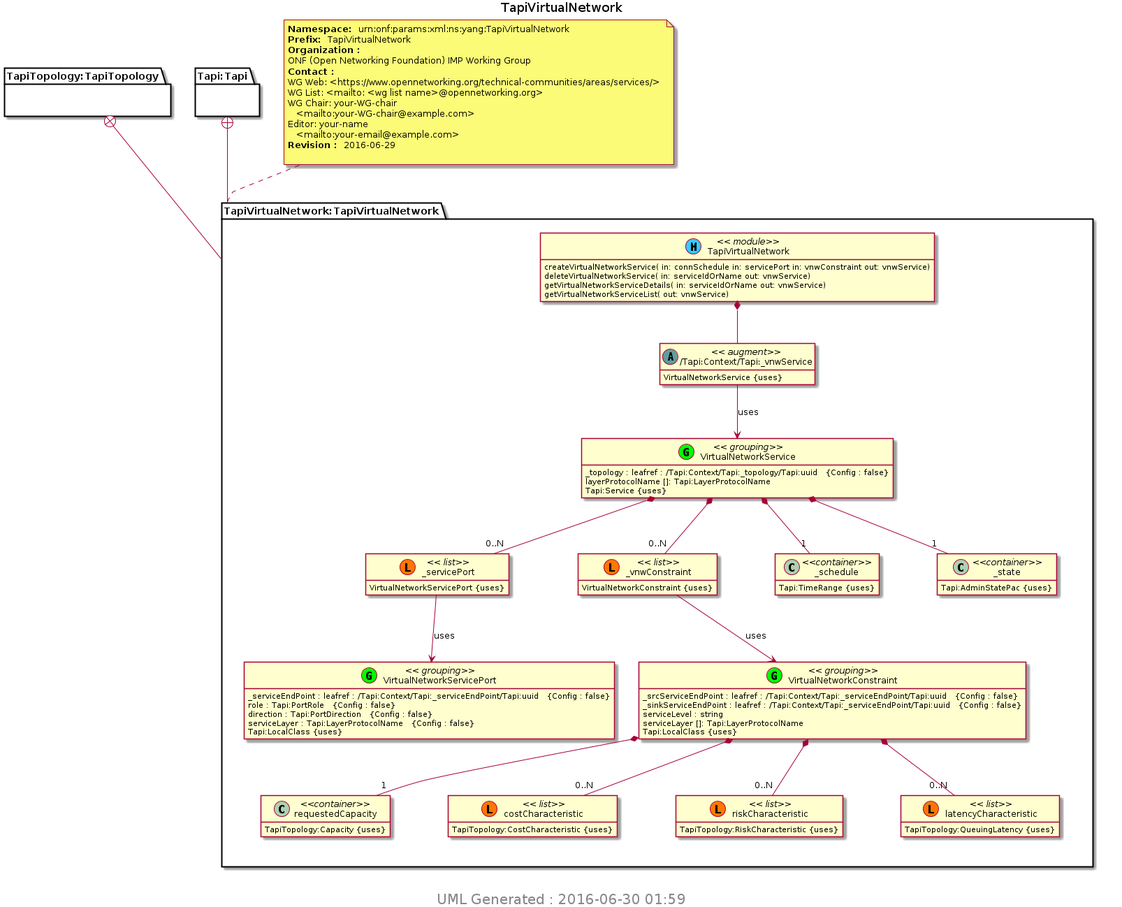
Earlier version of the PlantUML export YANG/pyang_uml/TapiVirtualNetwork.png (Open-Network-Models-and-Interfaces-ONMI/TAPI).
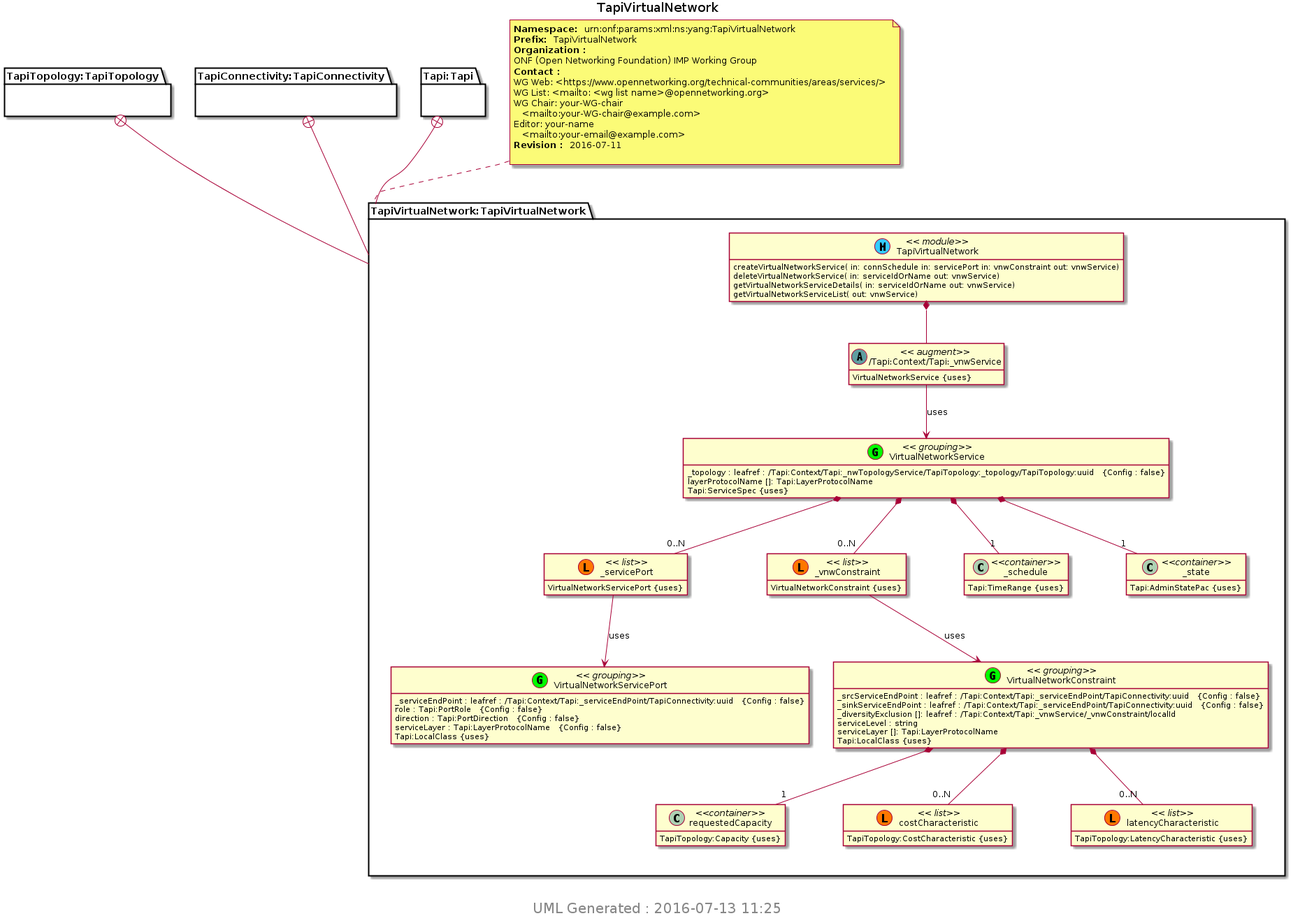
The same file after the commit.

Diff of the diagram source:
```diff
@@ -10,19 +10,23 @@
 Title TapiVirtualNetwork
 package "TapiTopology:TapiTopology" as TapiTopology_TapiTopology {
 }
+package "TapiConnectivity:TapiConnectivity" as TapiConnectivity_TapiConnectivity {
+}
 package "Tapi:Tapi" as Tapi_Tapi {
 }
-note top of TapiVirtualNetwork_TapiVirtualNetwork : <b>Namespace: </b> urn:onf:params:xml:ns:yang:TapiVirtualNetwork \n<b>Prefix: </b> TapiVirtualNetwork \n<b>Organization : </b>\nONF (Open Networking Foundation) IMP Working Group \n<b>Contact : </b>\nWG Web: <https://www.opennetworking.org/technical-communities/areas/services/> \nWG List: <mailto: <wg list name>@opennetworking.org> \nWG Chair: your-WG-chair \n   <mailto:your-WG-chair@example.com> \nEditor: your-name \n   <mailto:your-email@example.com> \n<b>Revision : </b> 2016-06-29 \n
+note top of TapiVirtualNetwork_TapiVirtualNetwork : <b>Namespace: </b> urn:onf:params:xml:ns:yang:TapiVirtualNetwork \n<b>Prefix: </b> TapiVirtualNetwork \n<b>Organization : </b>\nONF (Open Networking Foundation) IMP Working Group \n<b>Contact : </b>\nWG Web: <https://www.opennetworking.org/technical-communities/areas/services/> \nWG List: <mailto: <wg list name>@opennetworking.org> \nWG Chair: your-WG-chair \n   <mailto:your-WG-chair@example.com> \nEditor: your-name \n   <mailto:your-email@example.com> \n<b>Revision : </b> 2016-07-11 \n
 package "TapiVirtualNetwork:TapiVirtualNetwork" as TapiVirtualNetwork_TapiVirtualNetwork {
 TapiTopology_TapiTopology +-- TapiVirtualNetwork_TapiVirtualNetwork
+TapiConnectivity_TapiConnectivity +-- TapiVirtualNetwork_TapiVirtualNetwork
 Tapi_Tapi +-- TapiVirtualNetwork_TapiVirtualNetwork
 class "TapiVirtualNetwork" as TapiVirtualNetwork << (M, #33CCFF) module>>
 class "/Tapi:Context/Tapi:_vnwService" as Tapi_Context_Tapi__vnwService << (A,CadetBlue) augment>>
 TapiVirtualNetwork *--  Tapi_Context_Tapi__vnwService
 Tapi_Context_Tapi__vnwService : VirtualNetworkService {uses}
 class "VirtualNetworkConstraint" as TapiVirtualNetwork_I_VirtualNetworkConstraint_grouping <<(G,Lime) grouping>>
-TapiVirtualNetwork_I_VirtualNetworkConstraint_grouping : _srcServiceEndPoint : leafref : /Tapi:Context/Tapi:_serviceEndPoint/Tapi:uuid   {Config : false}
-TapiVirtualNetwork_I_VirtualNetworkConstraint_grouping : _sinkServiceEndPoint : leafref : /Tapi:Context/Tapi:_serviceEndPoint/Tapi:uuid   {Config : false}
+TapiVirtualNetwork_I_VirtualNetworkConstraint_grouping : _srcServiceEndPoint : leafref : /Tapi:Context/Tapi:_serviceEndPoint/TapiConnectivity:uuid   {Config : false}
+TapiVirtualNetwork_I_VirtualNetworkConstraint_grouping : _sinkServiceEndPoint : leafref : /Tapi:Context/Tapi:_serviceEndPoint/TapiConnectivity:uuid   {Config : false}
+TapiVirtualNetwork_I_VirtualNetworkConstraint_grouping : _diversityExclusion []: leafref : /Tapi:Context/Tapi:_vnwService/_vnwConstraint/localId
 class "requestedCapacity" as  TapiVirtualNetwork_I_VirtualNetworkConstraint_I_requestedCapacity <<container>>
 TapiVirtualNetwork_I_VirtualNetworkConstraint_grouping *-- "1" TapiVirtualNetwork_I_VirtualNetworkConstraint_I_requestedCapacity
 TapiVirtualNetwork_I_VirtualNetworkConstraint_I_requestedCapacity : TapiTopology:Capacity {uses}
@@ -31,15 +35,12 @@
 class "costCharacteristic" as TapiVirtualNetwork_I_VirtualNetworkConstraint_I_costCharacteristic << (L, #FF7700) list>>
 TapiVirtualNetwork_I_VirtualNetworkConstraint_grouping *-- "0..N" TapiVirtualNetwork_I_VirtualNetworkConstraint_I_costCharacteristic
 TapiVirtualNetwork_I_VirtualNetworkConstraint_I_costCharacteristic : TapiTopology:CostCharacteristic {uses}
-class "riskCharacteristic" as TapiVirtualNetwork_I_VirtualNetworkConstraint_I_riskCharacteristic << (L, #FF7700) list>>
-TapiVirtualNetwork_I_VirtualNetworkConstraint_grouping *-- "0..N" TapiVirtualNetwork_I_VirtualNetworkConstraint_I_riskCharacteristic
-TapiVirtualNetwork_I_VirtualNetworkConstraint_I_riskCharacteristic : TapiTopology:RiskCharacteristic {uses}
 class "latencyCharacteristic" as TapiVirtualNetwork_I_VirtualNetworkConstraint_I_latencyCharacteristic << (L, #FF7700) list>>
 TapiVirtualNetwork_I_VirtualNetworkConstraint_grouping *-- "0..N" TapiVirtualNetwork_I_VirtualNetworkConstraint_I_latencyCharacteristic
-TapiVirtualNetwork_I_VirtualNetworkConstraint_I_latencyCharacteristic : TapiTopology:QueuingLatency {uses}
+TapiVirtualNetwork_I_VirtualNetworkConstraint_I_latencyCharacteristic : TapiTopology:LatencyCharacteristic {uses}
 TapiVirtualNetwork_I_VirtualNetworkConstraint_grouping : Tapi:LocalClass {uses}
 class "VirtualNetworkService" as TapiVirtualNetwork_I_VirtualNetworkService_grouping <<(G,Lime) grouping>>
-TapiVirtualNetwork_I_VirtualNetworkService_grouping : _topology : leafref : /Tapi:Context/Tapi:_topology/Tapi:uuid   {Config : false}
+TapiVirtualNetwork_I_VirtualNetworkService_grouping : _topology : leafref : /Tapi:Context/Tapi:_nwTopologyService/TapiTopology:_topology/TapiTopology:uuid   {Config : false}
 class "_servicePort" as TapiVirtualNetwork_I_VirtualNetworkService_I__servicePort << (L, #FF7700) list>>
 TapiVirtualNetwork_I_VirtualNetworkService_grouping *-- "0..N" TapiVirtualNetwork_I_VirtualNetworkService_I__servicePort
 TapiVirtualNetwork_I_VirtualNetworkService_I__servicePort : VirtualNetworkServicePort {uses}
@@ -53,9 +54,9 @@
 TapiVirtualNetwork_I_VirtualNetworkService_grouping *-- "1" TapiVirtualNetwork_I_VirtualNetworkService_I__state
 TapiVirtualNetwork_I_VirtualNetworkService_I__state : Tapi:AdminStatePac {uses}
 TapiVirtualNetwork_I_VirtualNetworkService_grouping : layerProtocolName []: Tapi:LayerProtocolName
-TapiVirtualNetwork_I_VirtualNetworkService_grouping : Tapi:Service {uses}
+TapiVirtualNetwork_I_VirtualNetworkService_grouping : Tapi:ServiceSpec {uses}
 class "VirtualNetworkServicePort" as TapiVirtualNetwork_I_VirtualNetworkServicePort_grouping <<(G,Lime) grouping>>
-TapiVirtualNetwork_I_VirtualNetworkServicePort_grouping : _serviceEndPoint : leafref : /Tapi:Context/Tapi:_serviceEndPoint/Tapi:uuid   {Config : false}
+TapiVirtualNetwork_I_VirtualNetworkServicePort_grouping : _serviceEndPoint : leafref : /Tapi:Context/Tapi:_serviceEndPoint/TapiConnectivity:uuid   {Config : false}
 TapiVirtualNetwork_I_VirtualNetworkServicePort_grouping : role : Tapi:PortRole   {Config : false}
 TapiVirtualNetwork_I_VirtualNetworkServicePort_grouping : direction : Tapi:PortDirection   {Config : false}
 TapiVirtualNetwork_I_VirtualNetworkServicePort_grouping : serviceLayer : Tapi:LayerProtocolName   {Config : false}
@@ -70,6 +71,6 @@
 TapiVirtualNetwork_I_VirtualNetworkService_I__servicePort --> TapiVirtualNetwork_I_VirtualNetworkServicePort_grouping : uses
 TapiVirtualNetwork_I_VirtualNetworkService_I__vnwConstraint --> TapiVirtualNetwork_I_VirtualNetworkConstraint_grouping : uses
 center footer
- <size:20> UML Generated : 2016-06-30 01:59 </size>
+ <size:20> UML Generated : 2016-07-13 11:25 </size>
  endfooter
 @enduml
```
